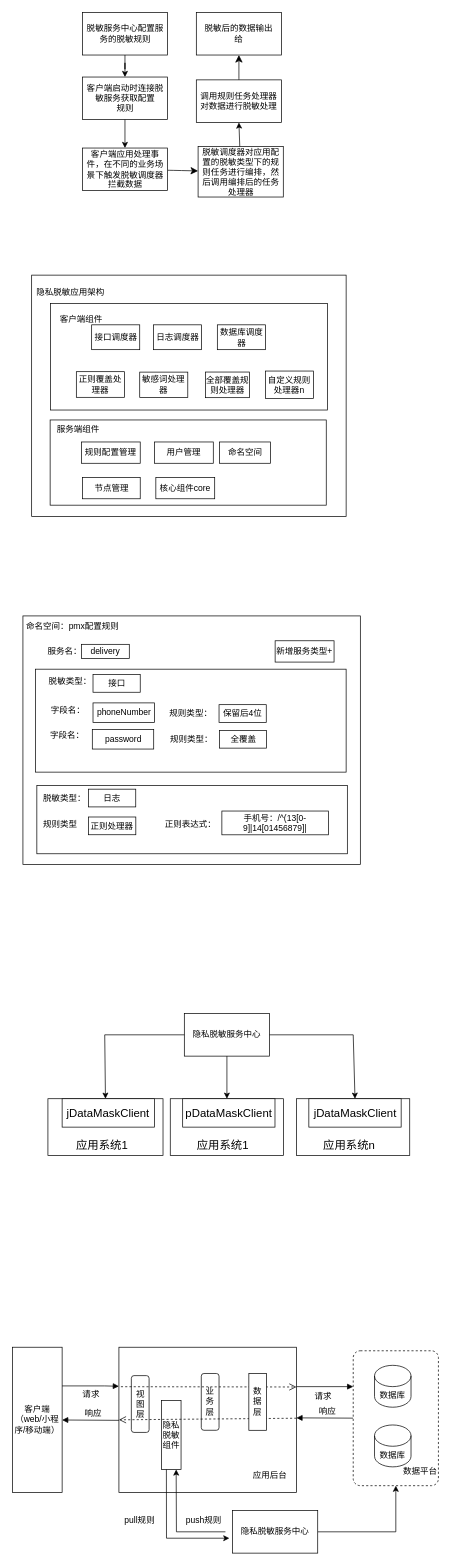
The draw.io diagram Untitled Diagram.drawio in chordcreater/chordcreater.github.io, before the edit. Source tidied: cells renumbered, new cells numbered last; positions are measured from the earlier drawing's top-left corner, leaving out a move shared by most shapes. Both pictures are drawn from the tidied source at 71%, with x=0, y=0 at pixel (12, 12).
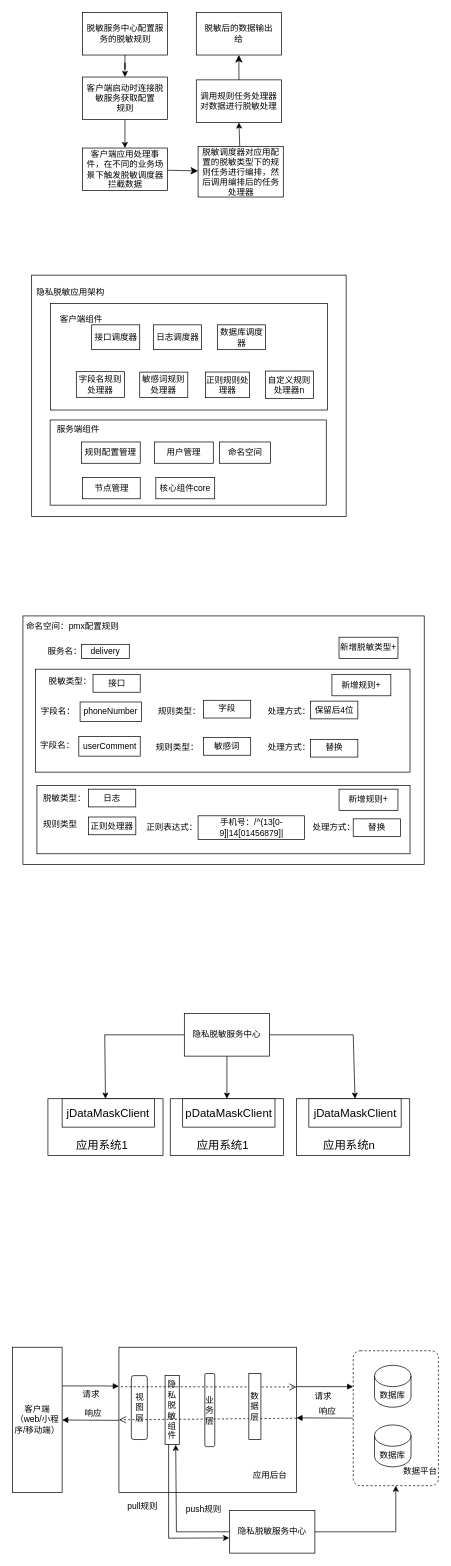
The same page after the edit.

Unchanged cells that the change refers to:
```xml
<mxCell id="15" style="group;" parent="1" vertex="1">
  <mxGeometry x="53.6" y="420" width="441" height="150" as="geometry" />
</mxCell>
```

The edit, as a diff of the source:
```diff
@@
     <mxCell id="3" value="视图层" style="rounded=1;whiteSpace=wrap;html=1;strokeColor=default;fontFamily=Helvetica;fontSize=12;fontColor=default;fillColor=default;" parent="1" vertex="1">
-      <mxGeometry x="167.5" y="1920" width="25" height="80" as="geometry" />
+      <mxGeometry x="167.5" y="1920" width="22.5" height="90" as="geometry" />
     </mxCell>
     <mxCell id="4" value="隐私脱敏&lt;br style=&quot;border-color: var(--border-color);&quot;&gt;&lt;span style=&quot;border-color: var(--border-color);&quot;&gt;组件&lt;/span&gt;" style="rounded=0;whiteSpace=wrap;html=1;strokeColor=default;fontFamily=Helvetica;fontSize=12;fontColor=default;fillColor=default;" parent="1" vertex="1">
-      <mxGeometry x="210" y="1955" width="27.5" height="97.2" as="geometry" />
+      <mxGeometry x="215" y="1920" width="20" height="97.2" as="geometry" />
     </mxCell>
@@
-    <mxCell id="18" value="全部覆盖规则处理器" style="rounded=0;whiteSpace=wrap;html=1;" parent="15" vertex="1">
+    <mxCell id="18" value="正则规则处理器" style="rounded=0;whiteSpace=wrap;html=1;" parent="15" vertex="1">
       <mxGeometry x="218.4" y="86.5" width="61.9" height="36.1" as="geometry" />
     </mxCell>
-    <mxCell id="19" value="敏感词处理器" style="rounded=0;whiteSpace=wrap;html=1;" parent="15" vertex="1">
+    <mxCell id="19" value="敏感词规则处理器" style="rounded=0;whiteSpace=wrap;html=1;" parent="15" vertex="1">
       <mxGeometry x="125.7" y="86.6" width="67.7" height="35.7" as="geometry" />
     </mxCell>
@@
-    <mxCell id="21" value="正则覆盖处理器" style="rounded=0;whiteSpace=wrap;html=1;" parent="15" vertex="1">
+    <mxCell id="21" value="字段名规则处理器" style="rounded=0;whiteSpace=wrap;html=1;" parent="15" vertex="1">
       <mxGeometry x="36.4" y="86" width="67.7" height="36.1" as="geometry" />
     </mxCell>
@@
     <mxCell id="43" value="业务层" style="rounded=1;whiteSpace=wrap;html=1;strokeColor=default;fontFamily=Helvetica;fontSize=12;fontColor=default;fillColor=default;" parent="1" vertex="1">
-      <mxGeometry x="266" y="1917" width="25" height="80" as="geometry" />
+      <mxGeometry x="271" y="1917" width="14" height="103" as="geometry" />
     </mxCell>
@@
-    <mxCell id="54" style="endArrow=classic;html=1;rounded=0;fontFamily=Helvetica;fontSize=12;fontColor=default;entryX=-0.037;entryY=0.65;entryDx=0;entryDy=0;entryPerimeter=0;exitX=0.25;exitY=1;exitDx=0;exitDy=0;" parent="1" edge="1" source="4" target="60">
+    <mxCell id="54" style="endArrow=classic;html=1;rounded=0;fontFamily=Helvetica;fontSize=12;fontColor=default;entryX=-0.006;entryY=0.643;entryDx=0;entryDy=0;entryPerimeter=0;exitX=0.25;exitY=1;exitDx=0;exitDy=0;" parent="1" edge="1" source="4" target="60">
       <mxGeometry relative="1" as="geometry">
         <Array as="points">
-          <mxPoint x="217" y="2149" />
+          <mxPoint x="220" y="2149" />
         </Array>
       </mxGeometry>
     </mxCell>
@@
-    <mxCell id="58" style="endArrow=classic;html=1;rounded=0;fontFamily=Helvetica;fontSize=12;fontColor=default;entryX=0.75;entryY=1;entryDx=0;entryDy=0;" parent="1" edge="1" target="4">
+    <mxCell id="58" style="endArrow=classic;html=1;rounded=0;fontFamily=Helvetica;fontSize=12;fontColor=default;entryX=0.75;entryY=1;entryDx=0;entryDy=0;exitX=0;exitY=0.5;exitDx=0;exitDy=0;" parent="1" edge="1" source="60" target="4">
       <mxGeometry relative="1" as="geometry">
-        <mxPoint x="300" y="2140" as="sourcePoint" />
         <Array as="points">
           <mxPoint x="231" y="2140" />
         </Array>
       </mxGeometry>
     </mxCell>
@@
     <mxCell id="60" value="隐私脱敏服务中心" style="rounded=0;whiteSpace=wrap;html=1;strokeColor=default;fontFamily=Helvetica;fontSize=12;fontColor=default;fillColor=default;" parent="1" vertex="1">
-      <mxGeometry x="310" y="2110" width="120" height="60" as="geometry" />
+      <mxGeometry x="306" y="2110" width="120" height="60" as="geometry" />
     </mxCell>
     <mxCell id="61" value="数据层" style="rounded=0;whiteSpace=wrap;html=1;strokeColor=default;fontFamily=Helvetica;fontSize=12;fontColor=default;fillColor=default;" parent="1" vertex="1">
-      <mxGeometry x="333" y="1917" width="25" height="80" as="geometry" />
+      <mxGeometry x="333" y="1917" width="17" height="93" as="geometry" />
     </mxCell>
@@
     <mxCell id="63" style="rounded=0;whiteSpace=wrap;html=1;strokeColor=default;fontFamily=Helvetica;fontSize=12;fontColor=default;fillColor=default;" parent="1" vertex="1">
-      <mxGeometry x="14.8" y="850" width="475.2" height="350" as="geometry" />
+      <mxGeometry x="14.8" y="850" width="565.2" height="350" as="geometry" />
     </mxCell>
     <mxCell id="64" style="rounded=0;whiteSpace=wrap;html=1;strokeColor=default;fontFamily=Helvetica;fontSize=12;fontColor=default;fillColor=default;" parent="1" vertex="1">
-      <mxGeometry x="32.7" y="925" width="437.3" height="145" as="geometry" />
+      <mxGeometry x="32.7" y="925" width="527.3" height="145" as="geometry" />
     </mxCell>
@@
     <mxCell id="69" style="rounded=0;whiteSpace=wrap;html=1;strokeColor=default;fontFamily=Helvetica;fontSize=12;fontColor=default;fillColor=default;" parent="1" vertex="1">
-      <mxGeometry x="34.4" y="1089" width="437.3" height="96" as="geometry" />
+      <mxGeometry x="34.5" y="1089" width="525.5" height="96" as="geometry" />
     </mxCell>
@@
-    <mxCell id="72" value="新增服务类型+" style="rounded=0;whiteSpace=wrap;html=1;strokeColor=default;fontFamily=Helvetica;fontSize=12;fontColor=default;fillColor=default;" parent="1" vertex="1">
-      <mxGeometry x="370" y="885" width="83" height="30" as="geometry" />
+    <mxCell id="72" value="新增脱敏类型+" style="rounded=0;whiteSpace=wrap;html=1;strokeColor=default;fontFamily=Helvetica;fontSize=12;fontColor=default;fillColor=default;" parent="1" vertex="1">
+      <mxGeometry x="460" y="880" width="83" height="30" as="geometry" />
     </mxCell>
     <mxCell id="73" value="规则类型：" style="text;html=1;strokeColor=none;fillColor=none;align=center;verticalAlign=middle;whiteSpace=wrap;rounded=0;fontSize=12;fontFamily=Helvetica;fontColor=default;" parent="1" vertex="1">
-      <mxGeometry x="217.8" y="972.5" width="67.1" height="30" as="geometry" />
+      <mxGeometry x="202" y="970" width="67.1" height="30" as="geometry" />
     </mxCell>
     <mxCell id="74" value="保留后4位" style="rounded=0;whiteSpace=wrap;html=1;strokeColor=default;fontFamily=Helvetica;fontSize=12;fontColor=default;fillColor=default;" parent="1" vertex="1">
-      <mxGeometry x="291" y="975" width="66.5" height="25" as="geometry" />
+      <mxGeometry x="420" y="970" width="66.5" height="25" as="geometry" />
     </mxCell>
@@
     <mxCell id="77" value="正则表达式：" style="text;html=1;strokeColor=none;fillColor=none;align=center;verticalAlign=middle;whiteSpace=wrap;rounded=0;fontSize=12;fontFamily=Helvetica;fontColor=default;" parent="1" vertex="1">
-      <mxGeometry x="214" y="1129" width="73.9" height="30" as="geometry" />
+      <mxGeometry x="187.6" y="1133.2" width="73.9" height="30" as="geometry" />
     </mxCell>
     <mxCell id="78" value="字段名：" style="text;html=1;strokeColor=none;fillColor=none;align=center;verticalAlign=middle;whiteSpace=wrap;rounded=0;fontSize=12;fontFamily=Helvetica;fontColor=default;" parent="1" vertex="1">
-      <mxGeometry x="45.4" y="967.5" width="67.1" height="30" as="geometry" />
+      <mxGeometry x="31.4" y="970" width="67.1" height="30" as="geometry" />
     </mxCell>
     <mxCell id="79" value="phoneNumber" style="rounded=0;whiteSpace=wrap;html=1;strokeColor=default;fontFamily=Helvetica;fontSize=12;fontColor=default;fillColor=default;" parent="1" vertex="1">
-      <mxGeometry x="113.5" y="972.5" width="86.5" height="27.5" as="geometry" />
+      <mxGeometry x="95.3" y="971.2" width="86.5" height="27.5" as="geometry" />
     </mxCell>
     <mxCell id="80" value="手机号：/^(13[0-9]|14[01456879]|" style="rounded=0;whiteSpace=wrap;html=1;strokeColor=default;fontFamily=Helvetica;fontSize=12;fontColor=default;fillColor=default;" parent="1" vertex="1">
-      <mxGeometry x="295" y="1124.8" width="150" height="33.5" as="geometry" />
+      <mxGeometry x="261.5" y="1131.5" width="150" height="33.5" as="geometry" />
     </mxCell>
     <mxCell id="81" value="字段名：" style="text;html=1;strokeColor=none;fillColor=none;align=center;verticalAlign=middle;whiteSpace=wrap;rounded=0;fontSize=12;fontFamily=Helvetica;fontColor=default;" parent="1" vertex="1">
-      <mxGeometry x="43.7" y="1002.5" width="67.1" height="30" as="geometry" />
+      <mxGeometry x="30" y="1017.5" width="67.1" height="30" as="geometry" />
     </mxCell>
-    <mxCell id="82" value="password" style="rounded=0;whiteSpace=wrap;html=1;strokeColor=default;fontFamily=Helvetica;fontSize=12;fontColor=default;fillColor=default;" parent="1" vertex="1">
-      <mxGeometry x="112.5" y="1010" width="86.5" height="27.5" as="geometry" />
+    <mxCell id="82" value="userComment" style="rounded=0;whiteSpace=wrap;html=1;strokeColor=default;fontFamily=Helvetica;fontSize=12;fontColor=default;fillColor=default;" parent="1" vertex="1">
+      <mxGeometry x="93.5" y="1020" width="86.5" height="27.5" as="geometry" />
     </mxCell>
     <mxCell id="83" value="规则类型：" style="text;html=1;strokeColor=none;fillColor=none;align=center;verticalAlign=middle;whiteSpace=wrap;rounded=0;fontSize=12;fontFamily=Helvetica;fontColor=default;" parent="1" vertex="1">
-      <mxGeometry x="218.5" y="1008.8" width="67.1" height="30" as="geometry" />
+      <mxGeometry x="198.9" y="1020" width="67.1" height="30" as="geometry" />
     </mxCell>
-    <mxCell id="84" value="全覆盖" style="rounded=0;whiteSpace=wrap;html=1;strokeColor=default;fontFamily=Helvetica;fontSize=12;fontColor=default;fillColor=default;" parent="1" vertex="1">
-      <mxGeometry x="291.5" y="1011.2" width="66.5" height="25" as="geometry" />
+    <mxCell id="84" value="敏感词" style="rounded=0;whiteSpace=wrap;html=1;strokeColor=default;fontFamily=Helvetica;fontSize=12;fontColor=default;fillColor=default;" parent="1" vertex="1">
+      <mxGeometry x="269.1" y="1021.2" width="66.5" height="25" as="geometry" />
     </mxCell>
@@
+    <mxCell id="95" value="处理方式：" style="text;html=1;strokeColor=none;fillColor=none;align=center;verticalAlign=middle;whiteSpace=wrap;rounded=0;fontSize=12;fontFamily=Helvetica;fontColor=default;" parent="1" vertex="1">
+      <mxGeometry x="348.8" y="968.8" width="82" height="30" as="geometry" />
+    </mxCell>
+    <mxCell id="96" value="字段" style="rounded=0;whiteSpace=wrap;html=1;strokeColor=default;fontFamily=Helvetica;fontSize=12;fontColor=default;fillColor=default;" parent="1" vertex="1">
+      <mxGeometry x="269.1" y="968.8" width="66.5" height="25" as="geometry" />
+    </mxCell>
+    <mxCell id="97" value="处理方式：" style="text;html=1;strokeColor=none;fillColor=none;align=center;verticalAlign=middle;whiteSpace=wrap;rounded=0;fontSize=12;fontFamily=Helvetica;fontColor=default;" parent="1" vertex="1">
+      <mxGeometry x="348.8" y="1021.2" width="82" height="30" as="geometry" />
+    </mxCell>
+    <mxCell id="98" value="替换" style="rounded=0;whiteSpace=wrap;html=1;strokeColor=default;fontFamily=Helvetica;fontSize=12;fontColor=default;fillColor=default;" parent="1" vertex="1">
+      <mxGeometry x="420" y="1023.8" width="66.5" height="25" as="geometry" />
+    </mxCell>
+    <mxCell id="99" value="处理方式：" style="text;html=1;strokeColor=none;fillColor=none;align=center;verticalAlign=middle;whiteSpace=wrap;rounded=0;fontSize=12;fontFamily=Helvetica;fontColor=default;" parent="1" vertex="1">
+      <mxGeometry x="411.5" y="1133.2" width="82" height="30" as="geometry" />
+    </mxCell>
+    <mxCell id="100" value="替换" style="rounded=0;whiteSpace=wrap;html=1;strokeColor=default;fontFamily=Helvetica;fontSize=12;fontColor=default;fillColor=default;" parent="1" vertex="1">
+      <mxGeometry x="480" y="1135.8" width="66.5" height="25" as="geometry" />
+    </mxCell>
+    <mxCell id="101" value="新增规则+" style="rounded=0;whiteSpace=wrap;html=1;strokeColor=default;fontFamily=Helvetica;fontSize=12;fontColor=default;fillColor=default;" parent="1" vertex="1">
+      <mxGeometry x="450" y="932.5" width="83" height="30" as="geometry" />
+    </mxCell>
+    <mxCell id="102" value="新增规则+" style="rounded=0;whiteSpace=wrap;html=1;strokeColor=default;fontFamily=Helvetica;fontSize=12;fontColor=default;fillColor=default;" parent="1" vertex="1">
+      <mxGeometry x="460" y="1094" width="83" height="30" as="geometry" />
+    </mxCell>
```
